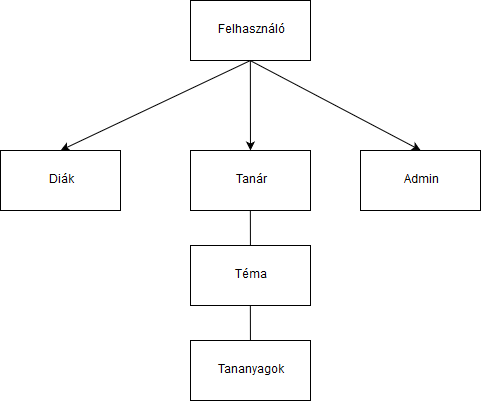
gitjuzer/AFP2_2019_C keeps this draw.io diagram as Documents/Abstract Domain Modell Diagram.png. Above is the earlier version. Source tidied: cells renumbered, new cells last; positions are measured from the earlier drawing's top-left corner, leaving out a move shared by most shapes. The source it was exported from:
```xml
<mxGraphModel>
  <root>
    <mxCell id="0" />
    <mxCell id="1" parent="0" />
    <mxCell id="2" value="Felhasználó" style="rounded=0;whiteSpace=wrap;html=1;" parent="1" vertex="1">
      <mxGeometry x="190" width="120" height="60" as="geometry" />
    </mxCell>
    <mxCell id="3" value="&lt;div&gt;Diák&lt;/div&gt;" style="rounded=0;whiteSpace=wrap;html=1;" parent="1" vertex="1">
      <mxGeometry y="150" width="120" height="60" as="geometry" />
    </mxCell>
    <mxCell id="4" value="Tanár" style="rounded=0;whiteSpace=wrap;html=1;" parent="1" vertex="1">
      <mxGeometry x="190" y="150" width="120" height="60" as="geometry" />
    </mxCell>
    <mxCell id="5" value="Admin" style="rounded=0;whiteSpace=wrap;html=1;" parent="1" vertex="1">
      <mxGeometry x="360" y="150" width="120" height="60" as="geometry" />
    </mxCell>
    <mxCell id="6" value="Tananyagok" style="rounded=0;whiteSpace=wrap;html=1;" parent="1" vertex="1">
      <mxGeometry x="190" y="340" width="120" height="60" as="geometry" />
    </mxCell>
    <mxCell id="7" style="endArrow=classic;html=1;entryX=0.5;entryY=0;entryDx=0;entryDy=0;" parent="1" edge="1" target="3">
      <mxGeometry relative="1" as="geometry">
        <mxPoint x="250" y="60" as="sourcePoint" />
      </mxGeometry>
    </mxCell>
    <mxCell id="8" style="endArrow=classic;html=1;exitX=0.5;exitY=1;exitDx=0;exitDy=0;entryX=0.5;entryY=0;entryDx=0;entryDy=0;" parent="1" edge="1" source="2" target="5">
      <mxGeometry relative="1" as="geometry" />
    </mxCell>
    <mxCell id="9" style="endArrow=classic;html=1;exitX=0.5;exitY=1;exitDx=0;exitDy=0;" parent="1" edge="1" source="2" target="4">
      <mxGeometry relative="1" as="geometry" />
    </mxCell>
    <mxCell id="10" value="Téma" style="rounded=0;whiteSpace=wrap;html=1;" parent="1" vertex="1">
      <mxGeometry x="190" y="245" width="120" height="60" as="geometry" />
    </mxCell>
    <mxCell id="11" style="endArrow=none;html=1;exitX=0.5;exitY=1;exitDx=0;exitDy=0;" parent="1" edge="1" source="4" target="10">
      <mxGeometry relative="1" as="geometry" />
    </mxCell>
    <mxCell id="12" style="endArrow=none;html=1;exitX=0.5;exitY=1;exitDx=0;exitDy=0;" parent="1" edge="1" source="10" target="6">
      <mxGeometry relative="1" as="geometry" />
    </mxCell>
  </root>
</mxGraphModel>
```
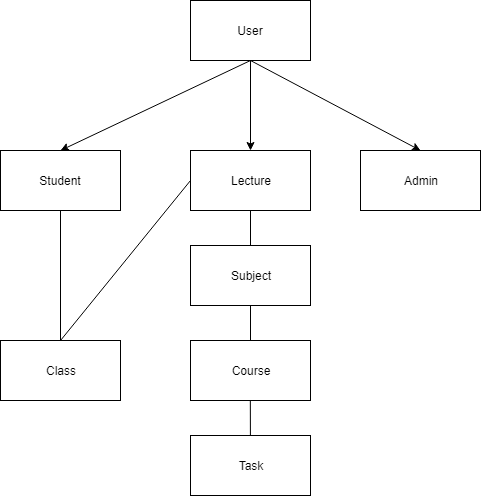
The same file after the commit.

What changed in the source:
```diff
@@ -2,19 +2,19 @@
   <root>
     <mxCell id="0" />
     <mxCell id="1" parent="0" />
-    <mxCell id="2" value="Felhasználó" style="rounded=0;whiteSpace=wrap;html=1;" parent="1" vertex="1">
+    <mxCell id="2" value="User" style="rounded=0;whiteSpace=wrap;html=1;" parent="1" vertex="1">
       <mxGeometry x="190" width="120" height="60" as="geometry" />
     </mxCell>
-    <mxCell id="3" value="&lt;div&gt;Diák&lt;/div&gt;" style="rounded=0;whiteSpace=wrap;html=1;" parent="1" vertex="1">
+    <mxCell id="3" value="&lt;div&gt;Student&lt;/div&gt;" style="rounded=0;whiteSpace=wrap;html=1;" parent="1" vertex="1">
       <mxGeometry y="150" width="120" height="60" as="geometry" />
     </mxCell>
-    <mxCell id="4" value="Tanár" style="rounded=0;whiteSpace=wrap;html=1;" parent="1" vertex="1">
+    <mxCell id="4" value="Lecture" style="rounded=0;whiteSpace=wrap;html=1;" parent="1" vertex="1">
       <mxGeometry x="190" y="150" width="120" height="60" as="geometry" />
     </mxCell>
     <mxCell id="5" value="Admin" style="rounded=0;whiteSpace=wrap;html=1;" parent="1" vertex="1">
       <mxGeometry x="360" y="150" width="120" height="60" as="geometry" />
     </mxCell>
-    <mxCell id="6" value="Tananyagok" style="rounded=0;whiteSpace=wrap;html=1;" parent="1" vertex="1">
+    <mxCell id="6" value="Course" style="rounded=0;whiteSpace=wrap;html=1;" parent="1" vertex="1">
       <mxGeometry x="190" y="340" width="120" height="60" as="geometry" />
     </mxCell>
     <mxCell id="7" style="endArrow=classic;html=1;entryX=0.5;entryY=0;entryDx=0;entryDy=0;" parent="1" edge="1" target="3">
@@ -28,7 +28,7 @@
     <mxCell id="9" style="endArrow=classic;html=1;exitX=0.5;exitY=1;exitDx=0;exitDy=0;" parent="1" edge="1" source="2" target="4">
       <mxGeometry relative="1" as="geometry" />
     </mxCell>
-    <mxCell id="10" value="Téma" style="rounded=0;whiteSpace=wrap;html=1;" parent="1" vertex="1">
+    <mxCell id="10" value="Subject&lt;br&gt;" style="rounded=0;whiteSpace=wrap;html=1;" parent="1" vertex="1">
       <mxGeometry x="190" y="245" width="120" height="60" as="geometry" />
     </mxCell>
     <mxCell id="11" style="endArrow=none;html=1;exitX=0.5;exitY=1;exitDx=0;exitDy=0;" parent="1" edge="1" source="4" target="10">
@@ -37,5 +37,22 @@
     <mxCell id="12" style="endArrow=none;html=1;exitX=0.5;exitY=1;exitDx=0;exitDy=0;" parent="1" edge="1" source="10" target="6">
       <mxGeometry relative="1" as="geometry" />
     </mxCell>
+    <mxCell id="13" value="Task" style="rounded=0;whiteSpace=wrap;html=1;" parent="1" vertex="1">
+      <mxGeometry x="190" y="435" width="120" height="60" as="geometry" />
+    </mxCell>
+    <mxCell id="14" style="endArrow=none;html=1;exitX=0.5;exitY=1;exitDx=0;exitDy=0;" parent="1" edge="1" target="13">
+      <mxGeometry relative="1" as="geometry">
+        <mxPoint x="249.8" y="400.2" as="sourcePoint" />
+      </mxGeometry>
+    </mxCell>
+    <mxCell id="15" value="Class" style="rounded=0;whiteSpace=wrap;html=1;" parent="1" vertex="1">
+      <mxGeometry y="340" width="120" height="60" as="geometry" />
+    </mxCell>
+    <mxCell id="16" style="endArrow=none;html=1;entryX=0;entryY=0.5;entryDx=0;entryDy=0;exitX=0.5;exitY=0;exitDx=0;exitDy=0;" parent="1" edge="1" source="15" target="4">
+      <mxGeometry relative="1" as="geometry" />
+    </mxCell>
+    <mxCell id="17" style="endArrow=none;html=1;entryX=0.5;entryY=1;entryDx=0;entryDy=0;exitX=0.5;exitY=0;exitDx=0;exitDy=0;" parent="1" edge="1" source="15" target="3">
+      <mxGeometry relative="1" as="geometry" />
+    </mxCell>
   </root>
 </mxGraphModel>
```
